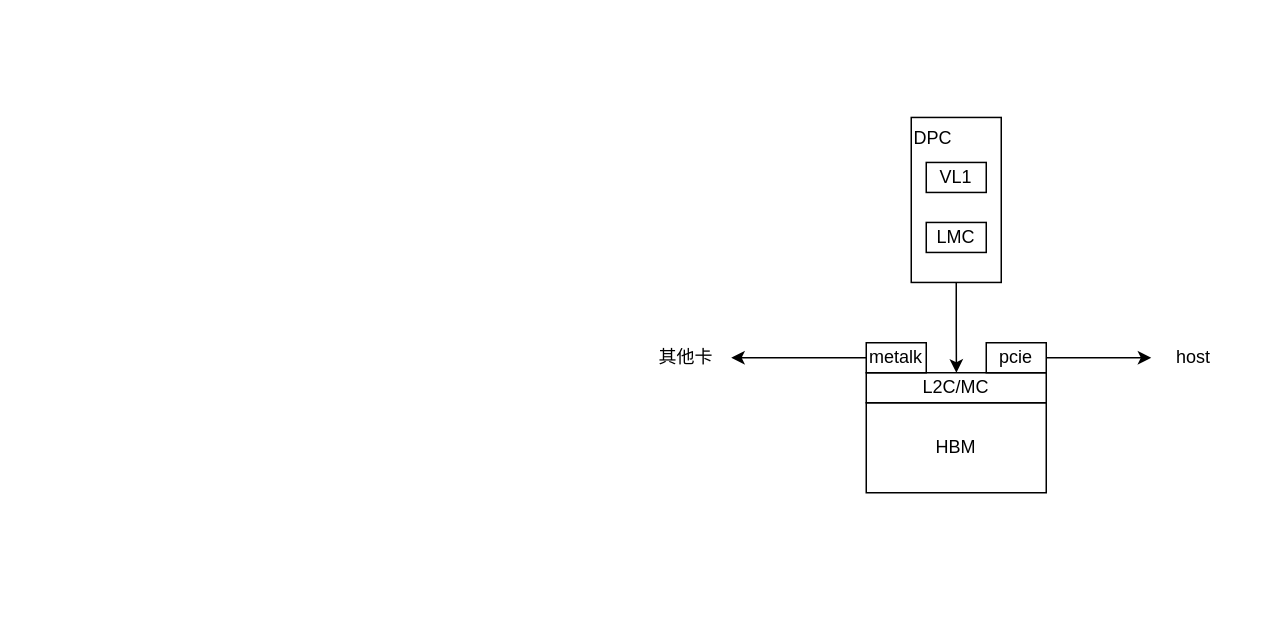
Before: C500和C700 L2C的差异.drawio in denglin12315/drawio_repo, a draw.io diagram. Source tidied: cells renumbered, new cells numbered last; positions are measured from the earlier drawing's top-left corner, leaving out a move shared by most shapes. Both pictures are drawn from the tidied source at 150%, with x=0, y=0 at pixel (640, 117).
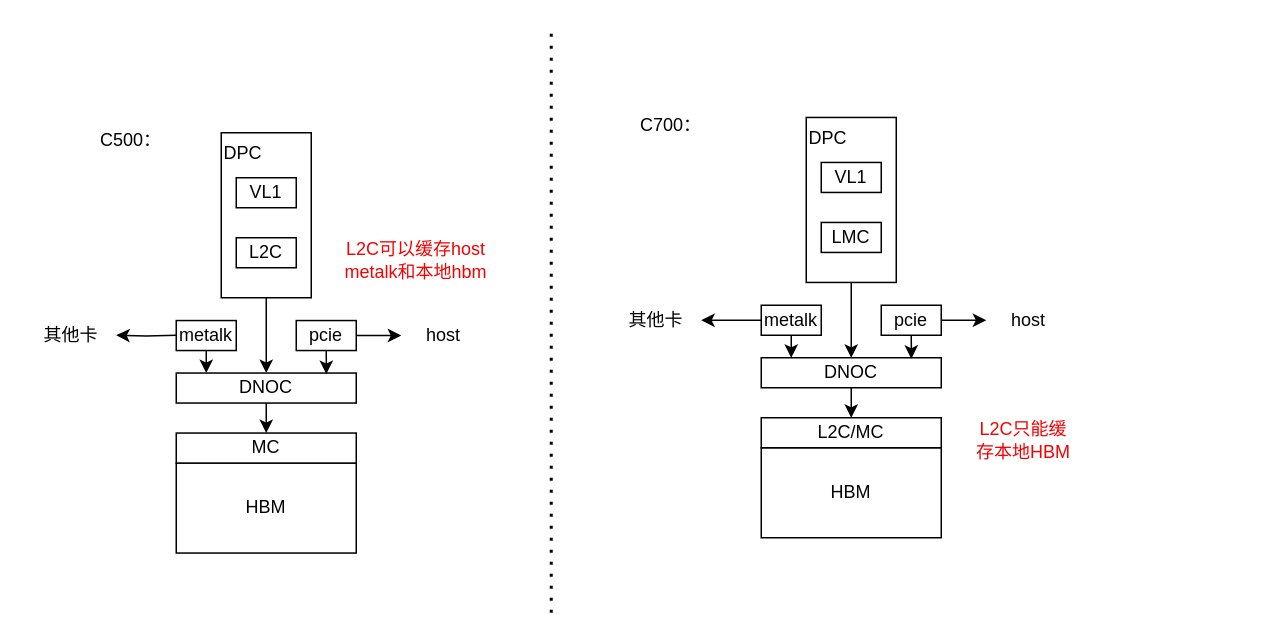
The same diagram, later.

Commit message (it also covers changes not shown here):
更新C500和C700 L2C的差异.drawio

The change refers to these unchanged cells:
```xml
<mxCell id="11" value="DPC" style="rounded=0;whiteSpace=wrap;html=1;verticalAlign=top;align=left;" parent="10" vertex="1">
  <mxGeometry width="60" height="110" as="geometry" />
</mxCell>
```

What changed in the source:
```diff
@@
     <mxCell id="2" value="HBM" style="rounded=0;whiteSpace=wrap;html=1;" parent="1" vertex="1">
-      <mxGeometry x="150" y="190" width="120" height="60" as="geometry" />
+      <mxGeometry x="80" y="220" width="120" height="60" as="geometry" />
     </mxCell>
     <mxCell id="3" value="L2C/MC" style="rounded=0;whiteSpace=wrap;html=1;" parent="1" vertex="1">
-      <mxGeometry x="150" y="170" width="120" height="20" as="geometry" />
+      <mxGeometry x="80" y="200" width="120" height="20" as="geometry" />
     </mxCell>
@@
+    <mxCell id="15" style="edgeStyle=orthogonalEdgeStyle;rounded=0;jettySize=auto;html=1;exitX=0.5;exitY=1;exitDx=0;exitDy=0;" parent="1" edge="1" source="5">
+      <mxGeometry relative="1" as="geometry">
+        <mxPoint x="100" y="160" as="targetPoint" />
+      </mxGeometry>
+    </mxCell>
     <mxCell id="5" value="metalk" style="rounded=0;whiteSpace=wrap;html=1;" parent="1" vertex="1">
-      <mxGeometry x="150" y="150" width="40" height="20" as="geometry" />
+      <mxGeometry x="80" y="125" width="40" height="20" as="geometry" />
     </mxCell>
@@
     <mxCell id="7" value="pcie" style="rounded=0;whiteSpace=wrap;html=1;" parent="1" vertex="1">
-      <mxGeometry x="230" y="150" width="40" height="20" as="geometry" />
+      <mxGeometry x="160" y="125" width="40" height="20" as="geometry" />
     </mxCell>
     <mxCell id="8" value="其他卡" style="text;html=1;align=center;verticalAlign=middle;whiteSpace=wrap;rounded=0;" parent="1" vertex="1">
-      <mxGeometry y="145" width="60" height="30" as="geometry" />
+      <mxGeometry x="-20" y="120" width="60" height="30" as="geometry" />
     </mxCell>
     <mxCell id="9" value="host&amp;nbsp;" style="text;html=1;align=center;verticalAlign=middle;whiteSpace=wrap;rounded=0;" parent="1" vertex="1">
-      <mxGeometry x="340" y="145" width="60" height="30" as="geometry" />
+      <mxGeometry x="230" y="120" width="60" height="30" as="geometry" />
     </mxCell>
     <mxCell id="10" style="group;" parent="1" vertex="1">
-      <mxGeometry x="180" y="-0.2" width="60" height="110" as="geometry" />
+      <mxGeometry x="110" y="-0.2" width="60" height="110" as="geometry" />
     </mxCell>
@@
-    <mxCell id="14" style="edgeStyle=orthogonalEdgeStyle;rounded=0;jettySize=auto;html=1;entryX=0.534;entryY=0.009;entryDx=0;entryDy=0;entryPerimeter=0;" parent="1" edge="1" source="11">
-      <mxGeometry relative="1" as="geometry">
-        <mxPoint x="210.1" y="170" as="targetPoint" />
-      </mxGeometry>
+    <mxCell id="14" style="edgeStyle=orthogonalEdgeStyle;rounded=0;jettySize=auto;html=1;entryX=0.5;entryY=0;entryDx=0;entryDy=0;" parent="1" edge="1" source="11" target="17">
+      <mxGeometry relative="1" as="geometry" />
     </mxCell>
+    <mxCell id="16" style="edgeStyle=orthogonalEdgeStyle;rounded=0;jettySize=auto;html=1;exitX=0.5;exitY=1;exitDx=0;exitDy=0;entryX=0.5;entryY=0;entryDx=0;entryDy=0;" parent="1" edge="1" source="17" target="3">
+      <mxGeometry relative="1" as="geometry" />
+    </mxCell>
+    <mxCell id="17" value="DNOC" style="rounded=0;whiteSpace=wrap;html=1;" parent="1" vertex="1">
+      <mxGeometry x="80" y="160" width="120" height="20" as="geometry" />
+    </mxCell>
+    <mxCell id="18" style="edgeStyle=orthogonalEdgeStyle;rounded=0;jettySize=auto;html=1;exitX=0.5;exitY=1;exitDx=0;exitDy=0;entryX=0.834;entryY=0.034;entryDx=0;entryDy=0;entryPerimeter=0;" parent="1" edge="1" source="7" target="17">
+      <mxGeometry relative="1" as="geometry" />
+    </mxCell>
+    <mxCell id="19" value="C700：" style="text;html=1;align=center;verticalAlign=middle;whiteSpace=wrap;rounded=0;" parent="1" vertex="1">
+      <mxGeometry x="-10" y="-10" width="60" height="30" as="geometry" />
+    </mxCell>
+    <mxCell id="20" value="C500：" style="text;html=1;align=center;verticalAlign=middle;whiteSpace=wrap;rounded=0;" parent="1" vertex="1">
+      <mxGeometry x="-370" y="-0.2" width="60" height="30" as="geometry" />
+    </mxCell>
+    <mxCell id="21" value="HBM" style="rounded=0;whiteSpace=wrap;html=1;" parent="1" vertex="1">
+      <mxGeometry x="-310" y="230.2" width="120" height="60" as="geometry" />
+    </mxCell>
+    <mxCell id="22" value="MC" style="rounded=0;whiteSpace=wrap;html=1;" parent="1" vertex="1">
+      <mxGeometry x="-310" y="210.2" width="120" height="20" as="geometry" />
+    </mxCell>
+    <mxCell id="23" style="edgeStyle=orthogonalEdgeStyle;rounded=0;jettySize=auto;html=1;exitX=0.5;exitY=1;exitDx=0;exitDy=0;" parent="1" edge="1" source="24">
+      <mxGeometry relative="1" as="geometry">
+        <mxPoint x="-290" y="170.2" as="targetPoint" />
+      </mxGeometry>
+    </mxCell>
+    <mxCell id="24" value="metalk" style="rounded=0;whiteSpace=wrap;html=1;" parent="1" vertex="1">
+      <mxGeometry x="-310" y="135.2" width="40" height="20" as="geometry" />
+    </mxCell>
+    <mxCell id="25" style="edgeStyle=orthogonalEdgeStyle;rounded=0;jettySize=auto;html=1;exitX=1;exitY=0.5;exitDx=0;exitDy=0;" parent="1" edge="1" source="26" target="27">
+      <mxGeometry relative="1" as="geometry" />
+    </mxCell>
+    <mxCell id="26" value="pcie" style="rounded=0;whiteSpace=wrap;html=1;" parent="1" vertex="1">
+      <mxGeometry x="-230" y="135.2" width="40" height="20" as="geometry" />
+    </mxCell>
+    <mxCell id="27" value="host&amp;nbsp;" style="text;html=1;align=center;verticalAlign=middle;whiteSpace=wrap;rounded=0;" parent="1" vertex="1">
+      <mxGeometry x="-160" y="130.2" width="60" height="30" as="geometry" />
+    </mxCell>
+    <mxCell id="28" style="group;" parent="1" vertex="1">
+      <mxGeometry x="-280" y="10" width="60" height="110" as="geometry" />
+    </mxCell>
+    <mxCell id="29" value="DPC" style="rounded=0;whiteSpace=wrap;html=1;verticalAlign=top;align=left;" parent="28" vertex="1">
+      <mxGeometry width="60" height="110" as="geometry" />
+    </mxCell>
+    <mxCell id="30" value="L2C" style="rounded=0;whiteSpace=wrap;html=1;" parent="28" vertex="1">
+      <mxGeometry x="10" y="70" width="40" height="20" as="geometry" />
+    </mxCell>
+    <mxCell id="31" value="VL1" style="rounded=0;whiteSpace=wrap;html=1;" parent="28" vertex="1">
+      <mxGeometry x="10" y="30" width="40" height="20" as="geometry" />
+    </mxCell>
+    <mxCell id="32" style="edgeStyle=orthogonalEdgeStyle;rounded=0;jettySize=auto;html=1;entryX=0.5;entryY=0;entryDx=0;entryDy=0;" parent="1" edge="1" source="29" target="34">
+      <mxGeometry relative="1" as="geometry" />
+    </mxCell>
+    <mxCell id="33" style="edgeStyle=orthogonalEdgeStyle;rounded=0;jettySize=auto;html=1;exitX=0.5;exitY=1;exitDx=0;exitDy=0;entryX=0.5;entryY=0;entryDx=0;entryDy=0;" parent="1" edge="1" source="34" target="22">
+      <mxGeometry relative="1" as="geometry" />
+    </mxCell>
+    <mxCell id="34" value="DNOC" style="rounded=0;whiteSpace=wrap;html=1;" parent="1" vertex="1">
+      <mxGeometry x="-310" y="170.2" width="120" height="20" as="geometry" />
+    </mxCell>
+    <mxCell id="35" style="edgeStyle=orthogonalEdgeStyle;rounded=0;jettySize=auto;html=1;exitX=0.5;exitY=1;exitDx=0;exitDy=0;entryX=0.834;entryY=0.034;entryDx=0;entryDy=0;entryPerimeter=0;" parent="1" edge="1" source="26" target="34">
+      <mxGeometry relative="1" as="geometry" />
+    </mxCell>
+    <mxCell id="36" value="&lt;font style=&quot;color: rgb(242, 2, 2);&quot;&gt;L2C只能缓存本地HBM&lt;/font&gt;" style="text;html=1;align=center;verticalAlign=middle;whiteSpace=wrap;rounded=0;" parent="1" vertex="1">
+      <mxGeometry x="220" y="200" width="70" height="30" as="geometry" />
+    </mxCell>
+    <mxCell id="37" value="&lt;font style=&quot;color: rgb(242, 2, 2);&quot;&gt;L2C可以缓存host metalk和本地hbm&lt;/font&gt;" style="text;html=1;align=center;verticalAlign=middle;whiteSpace=wrap;rounded=0;" parent="1" vertex="1">
+      <mxGeometry x="-200" y="79.8" width="100" height="30" as="geometry" />
+    </mxCell>
+    <mxCell id="38" style="edgeStyle=orthogonalEdgeStyle;rounded=0;jettySize=auto;html=1;exitX=0;exitY=0.5;exitDx=0;exitDy=0;" parent="1" edge="1" target="39">
+      <mxGeometry relative="1" as="geometry">
+        <mxPoint x="-310" y="145" as="sourcePoint" />
+      </mxGeometry>
+    </mxCell>
+    <mxCell id="39" value="其他卡" style="text;html=1;align=center;verticalAlign=middle;whiteSpace=wrap;rounded=0;" parent="1" vertex="1">
+      <mxGeometry x="-410" y="130" width="60" height="30" as="geometry" />
+    </mxCell>
+    <mxCell id="40" style="endArrow=none;dashed=1;html=1;dashPattern=1 3;strokeWidth=2;rounded=0;" parent="1" edge="1">
+      <mxGeometry relative="1" as="geometry">
+        <mxPoint x="-60" y="330" as="sourcePoint" />
+        <mxPoint x="-60" y="-60" as="targetPoint" />
+      </mxGeometry>
+    </mxCell>
```
